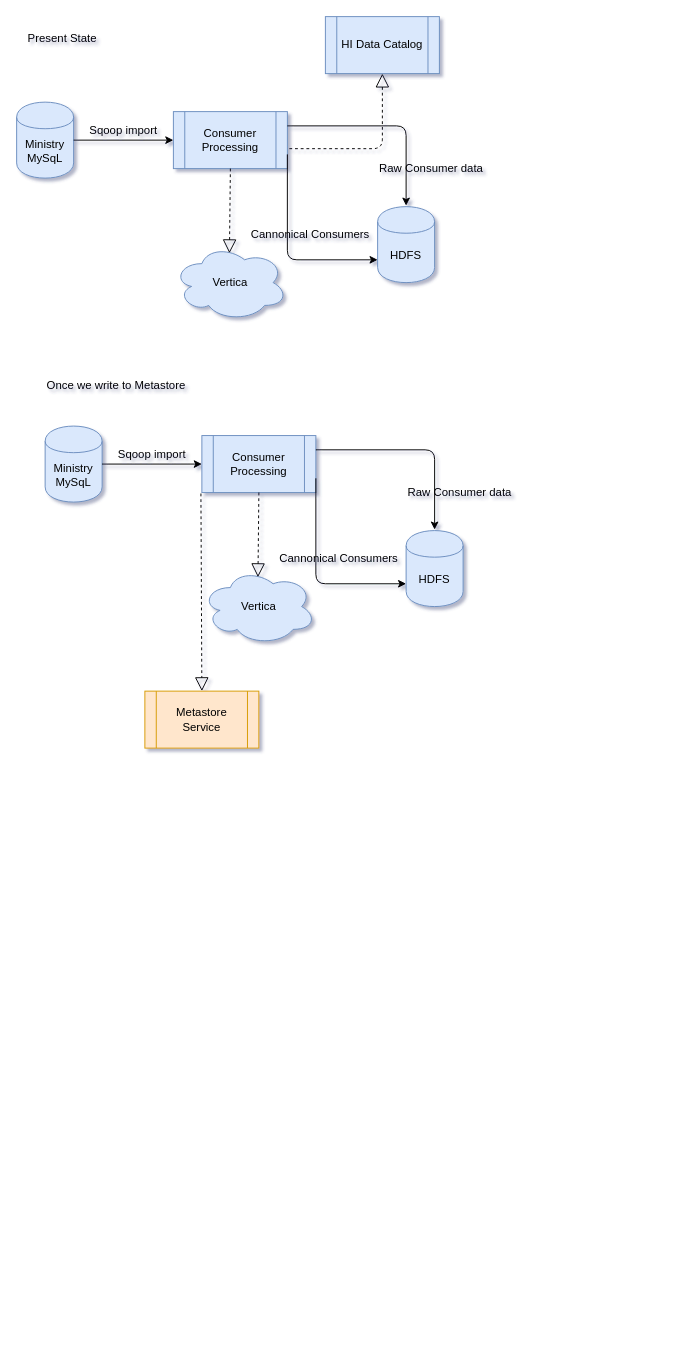
Above: Consumer-Processing.drawio in shrds/UML-Diagrams (draw.io), before the change. Source tidied: cells renumbered, new cells numbered last; positions are measured from the earlier drawing's top-left corner, leaving out a move shared by most shapes. Both pictures are drawn from the tidied source at 95%, with x=0, y=0 at pixel (16, 16).
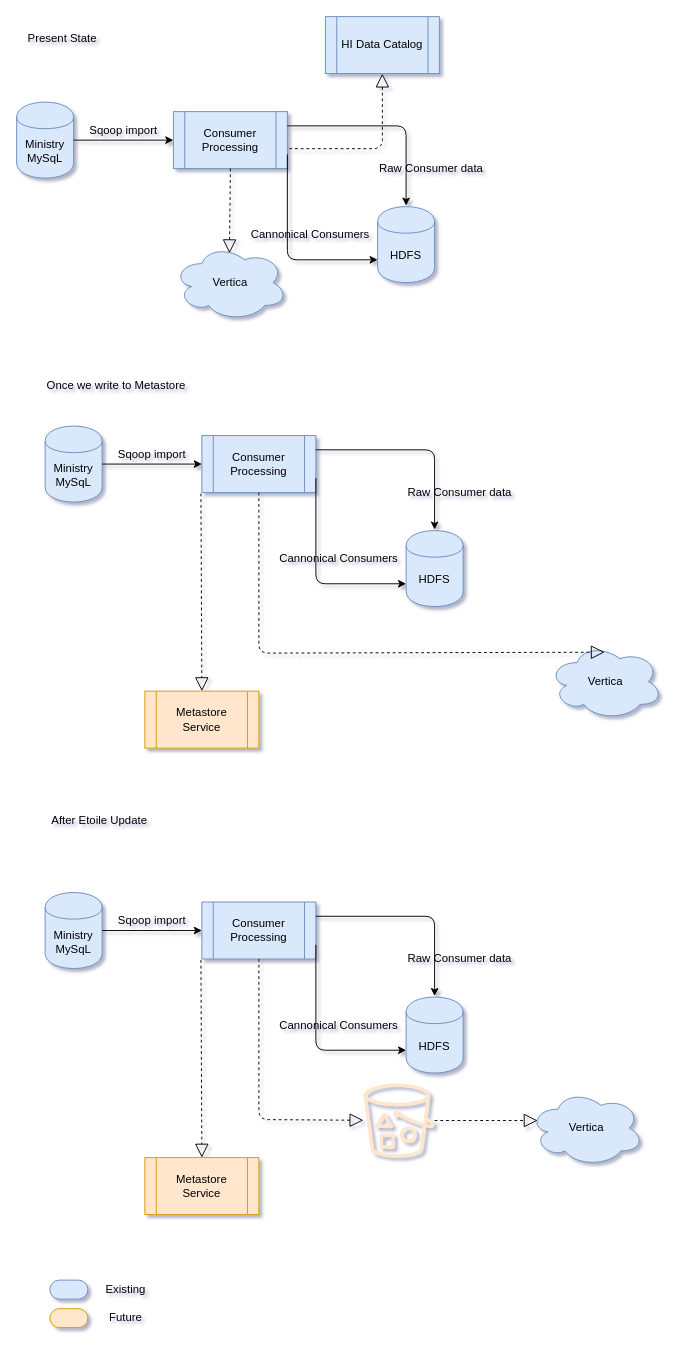
The same page after the edit.

Unchanged cells that the change refers to:
```xml
<mxCell id="16" value="Consumer Processing" style="shape=process;whiteSpace=wrap;html=1;backgroundOutline=1;fillColor=#dae8fc;strokeColor=#6c8ebf;" parent="1" vertex="1">
  <mxGeometry x="195" y="441" width="120" height="60" as="geometry" />
</mxCell>
```

The edit, as a diff of the source:
```diff
@@
     <mxCell id="21" value="Vertica" style="ellipse;shape=cloud;whiteSpace=wrap;html=1;fillColor=#dae8fc;strokeColor=#6c8ebf;" parent="1" vertex="1">
-      <mxGeometry x="195" y="581" width="120" height="80" as="geometry" />
+      <mxGeometry x="560" y="660" width="120" height="80" as="geometry" />
     </mxCell>
@@
     <mxCell id="25" style="endArrow=block;dashed=1;endFill=0;endSize=12;html=1;exitX=0.5;exitY=1;exitDx=0;exitDy=0;entryX=0.492;entryY=0.113;entryDx=0;entryDy=0;entryPerimeter=0;" parent="1" edge="1" source="16" target="21">
-      <mxGeometry relative="1" as="geometry" />
+      <mxGeometry relative="1" as="geometry">
+        <Array as="points">
+          <mxPoint x="255" y="670" />
+        </Array>
+      </mxGeometry>
     </mxCell>
@@
+    <mxCell id="30" value="Ministry MySqL" style="shape=cylinder;whiteSpace=wrap;html=1;boundedLbl=1;backgroundOutline=1;fillColor=#dae8fc;strokeColor=#6c8ebf;" parent="1" vertex="1">
+      <mxGeometry x="30" y="922" width="60" height="80" as="geometry" />
+    </mxCell>
+    <mxCell id="31" value="Consumer Processing" style="shape=process;whiteSpace=wrap;html=1;backgroundOutline=1;fillColor=#dae8fc;strokeColor=#6c8ebf;" parent="1" vertex="1">
+      <mxGeometry x="195" y="932" width="120" height="60" as="geometry" />
+    </mxCell>
+    <mxCell id="32" value="HDFS" style="shape=cylinder;whiteSpace=wrap;html=1;boundedLbl=1;backgroundOutline=1;fillColor=#dae8fc;strokeColor=#6c8ebf;" parent="1" vertex="1">
+      <mxGeometry x="410" y="1032" width="60" height="80" as="geometry" />
+    </mxCell>
+    <mxCell id="33" style="endArrow=classic;html=1;exitX=1;exitY=0.5;exitDx=0;exitDy=0;entryX=0;entryY=0.5;entryDx=0;entryDy=0;" parent="1" edge="1" source="30" target="31">
+      <mxGeometry relative="1" as="geometry" />
+    </mxCell>
+    <mxCell id="34" style="endArrow=classic;html=1;exitX=1;exitY=0.25;exitDx=0;exitDy=0;" parent="1" edge="1" source="31">
+      <mxGeometry relative="1" as="geometry">
+        <mxPoint x="440" y="1031" as="targetPoint" />
+        <Array as="points">
+          <mxPoint x="440" y="947" />
+        </Array>
+      </mxGeometry>
+    </mxCell>
+    <mxCell id="35" style="endArrow=classic;html=1;entryX=0;entryY=0.7;entryDx=0;entryDy=0;exitX=1;exitY=0.75;exitDx=0;exitDy=0;" parent="1" edge="1" source="31" target="32">
+      <mxGeometry relative="1" as="geometry">
+        <Array as="points">
+          <mxPoint x="315" y="1088" />
+        </Array>
+      </mxGeometry>
+    </mxCell>
+    <mxCell id="36" value="Vertica" style="ellipse;shape=cloud;whiteSpace=wrap;html=1;fillColor=#dae8fc;strokeColor=#6c8ebf;" parent="1" vertex="1">
+      <mxGeometry x="540" y="1130" width="120" height="80" as="geometry" />
+    </mxCell>
+    <mxCell id="37" value="Sqoop import" style="text;html=1;align=left;verticalAlign=top;spacingTop=-4;" parent="1" vertex="1">
+      <mxGeometry x="105" y="942" width="90" height="20" as="geometry" />
+    </mxCell>
+    <mxCell id="38" value="Raw Consumer data" style="text;html=1;align=left;verticalAlign=top;spacingTop=-4;" parent="1" vertex="1">
+      <mxGeometry x="410" y="982" width="120" height="20" as="geometry" />
+    </mxCell>
+    <mxCell id="39" value="Cannonical Consumers&amp;nbsp;" style="text;html=1;align=left;verticalAlign=top;spacingTop=-4;" parent="1" vertex="1">
+      <mxGeometry x="275" y="1052" width="140" height="20" as="geometry" />
+    </mxCell>
+    <mxCell id="40" style="endArrow=block;dashed=1;endFill=0;endSize=12;html=1;exitX=0.5;exitY=1;exitDx=0;exitDy=0;" parent="1" edge="1" source="31" target="44">
+      <mxGeometry relative="1" as="geometry">
+        <Array as="points">
+          <mxPoint x="255" y="1161" />
+        </Array>
+      </mxGeometry>
+    </mxCell>
+    <mxCell id="41" style="endArrow=block;dashed=1;endFill=0;endSize=12;html=1;entryX=0.5;entryY=0;entryDx=0;entryDy=0;" parent="1" edge="1" target="42">
+      <mxGeometry relative="1" as="geometry">
+        <mxPoint x="194" y="993" as="sourcePoint" />
+      </mxGeometry>
+    </mxCell>
+    <mxCell id="42" value="&lt;span&gt;Metastore Service&lt;/span&gt;" style="shape=process;whiteSpace=wrap;html=1;backgroundOutline=1;fillColor=#ffe6cc;strokeColor=#d79b00;" parent="1" vertex="1">
+      <mxGeometry x="135" y="1201" width="120" height="60" as="geometry" />
+    </mxCell>
+    <mxCell id="43" value="After Etoile Update" style="text;html=1;align=left;verticalAlign=top;spacingTop=-4;" parent="1" vertex="1">
+      <mxGeometry x="35" y="836" width="120" height="20" as="geometry" />
+    </mxCell>
+    <mxCell id="44" style="outlineConnect=0;fillColor=#ffe6cc;strokeColor=#d79b00;dashed=0;verticalLabelPosition=bottom;verticalAlign=top;align=center;html=1;fontSize=12;fontStyle=0;shape=mxgraph.aws4.bucket_with_objects;" parent="1" vertex="1">
+      <mxGeometry x="365" y="1123" width="75" height="78" as="geometry" />
+    </mxCell>
+    <mxCell id="45" style="endArrow=block;dashed=1;endFill=0;endSize=12;html=1;entryX=0.07;entryY=0.4;entryDx=0;entryDy=0;entryPerimeter=0;" parent="1" edge="1" source="44" target="36">
+      <mxGeometry relative="1" as="geometry" />
+    </mxCell>
+    <mxCell id="46" style="rounded=1;whiteSpace=wrap;html=1;arcSize=50;fillColor=#dae8fc;strokeColor=#6c8ebf;" parent="1" vertex="1">
+      <mxGeometry x="35" y="1330" width="40" height="20" as="geometry" />
+    </mxCell>
+    <mxCell id="47" style="rounded=1;whiteSpace=wrap;html=1;arcSize=50;fillColor=#ffe6cc;strokeColor=#d79b00;" parent="1" vertex="1">
+      <mxGeometry x="35" y="1360" width="40" height="20" as="geometry" />
+    </mxCell>
+    <mxCell id="48" value="Future" style="text;html=1;strokeColor=none;fillColor=none;align=center;verticalAlign=middle;whiteSpace=wrap;rounded=0;" parent="1" vertex="1">
+      <mxGeometry x="110" y="1360" width="10" height="20" as="geometry" />
+    </mxCell>
+    <mxCell id="49" value="Existing" style="text;html=1;strokeColor=none;fillColor=none;align=center;verticalAlign=middle;whiteSpace=wrap;rounded=0;" parent="1" vertex="1">
+      <mxGeometry x="95" y="1330" width="40" height="20" as="geometry" />
+    </mxCell>
```
